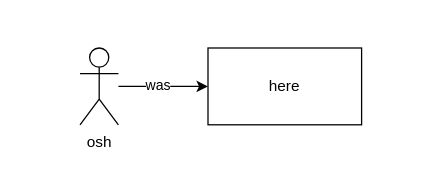
This is osh-was-here.drawio from oshdev/drawio-integration, a draw.io file, before an edit. Source tidied: cells renumbered, new cells numbered last; positions are measured from the earlier drawing's top-left corner, leaving out a move shared by most shapes. Both pictures are drawn from the tidied source at 128%, with x=0, y=0 at pixel (79, 47).
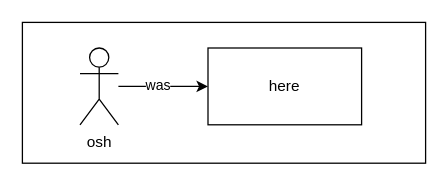
The same page after the edit.

Change to the diagram source:
```diff
@@
 <mxGraphModel>
   <root>
     <mxCell id="0" />
     <mxCell id="1" parent="0" />
+    <mxCell id="6" style="rounded=0;whiteSpace=wrap;html=1;" parent="1" vertex="1">
+      <mxGeometry x="-45" y="-20" width="315" height="110" as="geometry" />
+    </mxCell>
     <mxCell id="2" style="edgeStyle=orthogonalEdgeStyle;rounded=0;jettySize=auto;html=1;" parent="1" edge="1" source="4" target="5">
       <mxGeometry relative="1" as="geometry" />
     </mxCell>
     <mxCell id="3" value="&lt;div&gt;was&lt;/div&gt;" style="edgeLabel;html=1;align=center;verticalAlign=middle;" parent="2" vertex="1">
       <mxGeometry x="-0.14" y="2" relative="1" as="geometry" />
     </mxCell>
     <mxCell id="4" value="osh" style="shape=umlActor;verticalLabelPosition=bottom;verticalAlign=top;html=1;outlineConnect=0;" parent="1" vertex="1">
       <mxGeometry width="30" height="60" as="geometry" />
     </mxCell>
     <mxCell id="5" value="here" style="rounded=0;whiteSpace=wrap;html=1;" parent="1" vertex="1">
       <mxGeometry x="100" width="120" height="60" as="geometry" />
     </mxCell>
   </root>
 </mxGraphModel>
```
